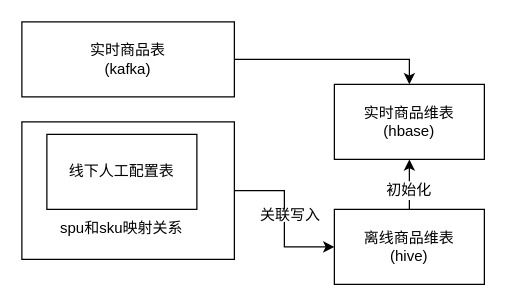
This is mt新增商品.drawio from mineminemine123/work-wiki, a draw.io file, before an edit. Source tidied: cells renumbered, new cells numbered last; positions are measured from the earlier drawing's top-left corner, leaving out a move shared by most shapes. Both pictures are drawn from the tidied source at 125%, with x=0, y=0 at pixel (21, 21).
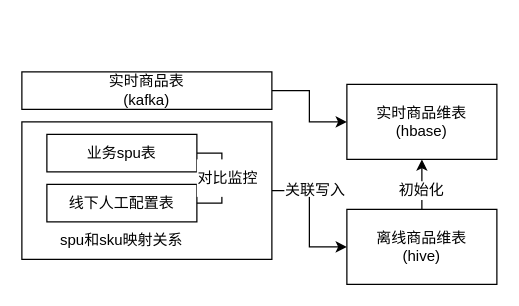
Above is the later version.

Commit message:
更新mt新增商品.drawio

Diff of the diagram source:
```diff
@@
 <mxGraphModel>
   <root>
     <mxCell id="0" />
     <mxCell id="1" parent="0" />
     <mxCell id="2" style="edgeStyle=orthogonalEdgeStyle;rounded=0;jettySize=auto;html=1;exitX=1;exitY=0.5;exitDx=0;exitDy=0;entryX=0;entryY=0.5;entryDx=0;entryDy=0;" parent="1" edge="1" source="3" target="7">
       <mxGeometry relative="1" as="geometry" />
     </mxCell>
     <mxCell id="3" style="rounded=0;whiteSpace=wrap;html=1;" parent="1" vertex="1">
-      <mxGeometry y="80" width="170" height="110" as="geometry" />
+      <mxGeometry y="80" width="200" height="110" as="geometry" />
     </mxCell>
     <mxCell id="4" value="线下人工配置表" style="rounded=0;whiteSpace=wrap;html=1;" parent="1" vertex="1">
-      <mxGeometry x="20" y="90" width="120" height="60" as="geometry" />
+      <mxGeometry x="20" y="130" width="120" height="30" as="geometry" />
     </mxCell>
     <mxCell id="5" value="实时商品维表&lt;br&gt;(hbase)" style="rounded=0;whiteSpace=wrap;html=1;" parent="1" vertex="1">
-      <mxGeometry x="250" y="50" width="120" height="60" as="geometry" />
+      <mxGeometry x="260" y="50" width="120" height="60" as="geometry" />
     </mxCell>
     <mxCell id="6" style="edgeStyle=orthogonalEdgeStyle;rounded=0;jettySize=auto;html=1;exitX=0.5;exitY=0;exitDx=0;exitDy=0;" parent="1" edge="1" source="7" target="5">
       <mxGeometry relative="1" as="geometry" />
     </mxCell>
     <mxCell id="7" value="离线商品维表&lt;br&gt;(hive)" style="rounded=0;whiteSpace=wrap;html=1;" parent="1" vertex="1">
-      <mxGeometry x="250" y="150" width="120" height="60" as="geometry" />
+      <mxGeometry x="260" y="150" width="120" height="60" as="geometry" />
     </mxCell>
     <mxCell id="8" value="spu和sku映射关系" style="text;html=1;strokeColor=none;fillColor=none;align=center;verticalAlign=middle;whiteSpace=wrap;rounded=0;" parent="1" vertex="1">
-      <mxGeometry x="20" y="150" width="120" height="30" as="geometry" />
+      <mxGeometry x="20" y="160" width="120" height="30" as="geometry" />
     </mxCell>
     <mxCell id="9" value="初始化" style="text;html=1;strokeColor=none;fillColor=none;align=center;verticalAlign=middle;whiteSpace=wrap;rounded=0;labelBackgroundColor=default;" parent="1" vertex="1">
-      <mxGeometry x="280" y="120" width="60" height="30" as="geometry" />
+      <mxGeometry x="290" y="120" width="60" height="30" as="geometry" />
     </mxCell>
-    <mxCell id="10" style="edgeStyle=orthogonalEdgeStyle;rounded=0;jettySize=auto;html=1;exitX=1;exitY=0.5;exitDx=0;exitDy=0;entryX=0.5;entryY=0;entryDx=0;entryDy=0;" parent="1" edge="1" source="11" target="5">
+    <mxCell id="10" style="edgeStyle=orthogonalEdgeStyle;rounded=0;jettySize=auto;html=1;exitX=1;exitY=0.5;exitDx=0;exitDy=0;entryX=0;entryY=0.5;entryDx=0;entryDy=0;" parent="1" edge="1" source="11" target="5">
       <mxGeometry relative="1" as="geometry" />
     </mxCell>
     <mxCell id="11" value="实时商品表&lt;br&gt;(kafka)" style="rounded=0;whiteSpace=wrap;html=1;" parent="1" vertex="1">
-      <mxGeometry width="170" height="60" as="geometry" />
+      <mxGeometry y="40" width="200" height="30" as="geometry" />
     </mxCell>
     <mxCell id="12" value="关联写入" style="text;html=1;strokeColor=none;fillColor=default;align=center;verticalAlign=middle;whiteSpace=wrap;rounded=0;" parent="1" vertex="1">
-      <mxGeometry x="190" y="150" width="50" height="10" as="geometry" />
+      <mxGeometry x="210" y="130" width="50" height="10" as="geometry" />
     </mxCell>
+    <mxCell id="13" style="edgeStyle=orthogonalEdgeStyle;rounded=0;jettySize=auto;html=1;exitX=1;exitY=0.5;exitDx=0;exitDy=0;entryX=1;entryY=0.5;entryDx=0;entryDy=0;endArrow=none;endFill=0;" parent="1" edge="1" source="14" target="4">
+      <mxGeometry relative="1" as="geometry" />
+    </mxCell>
+    <mxCell id="14" value="业务spu表" style="rounded=0;whiteSpace=wrap;html=1;" parent="1" vertex="1">
+      <mxGeometry x="20" y="90" width="120" height="30" as="geometry" />
+    </mxCell>
+    <mxCell id="15" value="对比监控" style="text;html=1;strokeColor=none;fillColor=default;align=center;verticalAlign=middle;whiteSpace=wrap;rounded=0;" parent="1" vertex="1">
+      <mxGeometry x="140" y="110" width="50" height="30" as="geometry" />
+    </mxCell>
   </root>
 </mxGraphModel>
```
